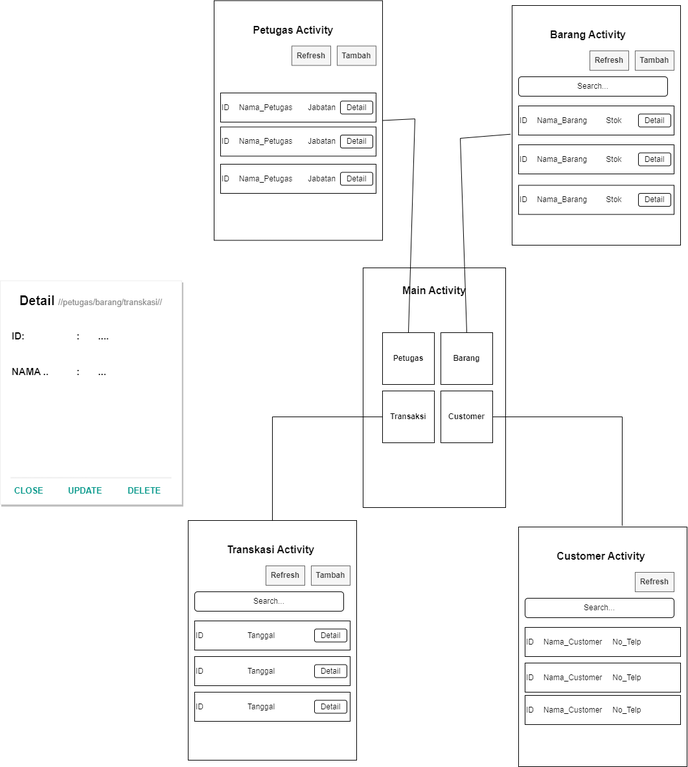
The draw.io diagram Designactivity.drawio.png in MountZ1/PR_PenjualanHandPhone_ArdiSaputraTIP-21.2, before a commit. Source tidied: cells renumbered, new cells last; positions are measured from the earlier drawing's top-left corner, leaving out a move shared by most shapes.
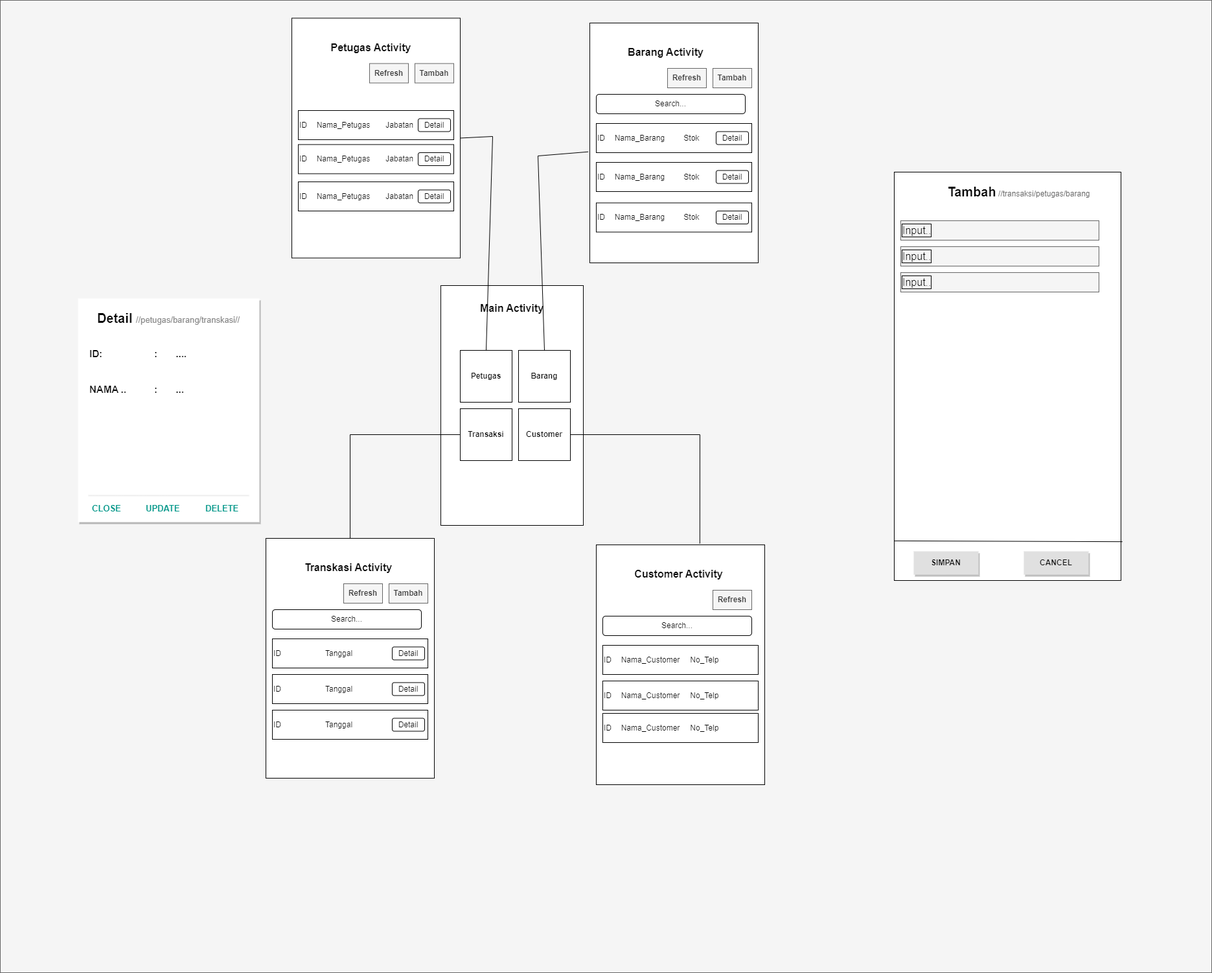
The same diagram one commit later.

Diff of the diagram source:
```diff
@@ -2,6 +2,12 @@
   <root>
     <mxCell id="0" />
     <mxCell id="1" parent="0" />
+    <mxCell id="69" style="rounded=0;whiteSpace=wrap;html=1;fillColor=#f5f5f5;fontColor=#333333;strokeColor=#666666;" parent="1" vertex="1">
+      <mxGeometry x="-120" y="-28" width="1870" height="1500" as="geometry" />
+    </mxCell>
+    <mxCell id="70" style="rounded=0;whiteSpace=wrap;html=1;" parent="1" vertex="1">
+      <mxGeometry x="1270" y="312" width="320" height="40" as="geometry" />
+    </mxCell>
     <mxCell id="2" style="rounded=0;whiteSpace=wrap;html=1;" parent="1" vertex="1">
       <mxGeometry x="940" y="77" width="60" height="30" as="geometry" />
     </mxCell>
@@ -188,7 +194,7 @@
     <mxCell id="59" value="Detail" style="rounded=1;whiteSpace=wrap;html=1;" parent="1" vertex="1">
       <mxGeometry x="485" y="1079.5" width="50" height="20" as="geometry" />
     </mxCell>
-    <mxCell id="60" style="dashed=0;shape=rect;fillColor=#ffffff;strokeColor=#eeeeee;shadow=1;fontStyle=1;fontSize=14;align=center;" parent="1" vertex="1">
+    <mxCell id="60" style="shape=rect;fillColor=default;strokeColor=none;shadow=1;fontStyle=1;fontSize=14;align=center;strokeWidth=4;gradientColor=none;fillStyle=solid;" parent="1" vertex="1">
       <mxGeometry y="432" width="280" height="345" as="geometry" />
     </mxCell>
     <mxCell id="61" value="Detail &lt;font color=&quot;#858585&quot; style=&quot;font-size: 13px; font-weight: normal;&quot;&gt;//petugas/barang/transkasi//&lt;/font&gt;" style="text;verticalAlign=middle;spacing=16;fontSize=20;fontStyle=1;whiteSpace=wrap;html=1;align=center;" parent="60" vertex="1">
@@ -231,5 +237,35 @@
         </Array>
       </mxGeometry>
     </mxCell>
+    <mxCell id="71" style="rounded=0;whiteSpace=wrap;html=1;" parent="1" vertex="1">
+      <mxGeometry x="1260" y="237" width="350" height="630" as="geometry" />
+    </mxCell>
+    <mxCell id="72" value="&lt;b&gt;&lt;font style=&quot;font-size: 20px;&quot;&gt;Tambah&lt;/font&gt;&lt;/b&gt; &lt;font color=&quot;#5e5e5e&quot;&gt;//transaksi/petugas/barang&lt;/font&gt;" style="text;html=1;strokeColor=none;fillColor=none;align=center;verticalAlign=middle;whiteSpace=wrap;rounded=0;" parent="1" vertex="1">
+      <mxGeometry x="1335" y="252" width="235" height="30" as="geometry" />
+    </mxCell>
+    <mxCell id="73" value="&lt;font color=&quot;#000000&quot;&gt;Input..&lt;/font&gt;" style="text;fontColor=#808080;fontSize=16;verticalAlign=middle;strokeColor=none;fillColor=none;whiteSpace=wrap;html=1;" parent="1" vertex="1">
+      <mxGeometry x="1270" y="352" width="306" height="30" as="geometry" />
+    </mxCell>
+    <mxCell id="74" value="&lt;font color=&quot;#000000&quot;&gt;Input..&lt;/font&gt;" style="text;fontColor=#808080;fontSize=16;verticalAlign=middle;strokeColor=none;fillColor=none;whiteSpace=wrap;html=1;" parent="1" vertex="1">
+      <mxGeometry x="1270" y="392" width="306" height="30" as="geometry" />
+    </mxCell>
+    <mxCell id="75" style="endArrow=none;html=1;rounded=0;exitX=-0.001;exitY=0.903;exitDx=0;exitDy=0;exitPerimeter=0;entryX=1.006;entryY=0.905;entryDx=0;entryDy=0;entryPerimeter=0;" parent="1" edge="1" source="71" target="71">
+      <mxGeometry relative="1" as="geometry" />
+    </mxCell>
+    <mxCell id="76" value="SIMPAN" style="whiteSpace=wrap;html=1;dashed=0;align=center;fontSize=12;shape=rect;fillColor=#e0e0e0;strokeColor=none;fontStyle=1;shadow=1;" parent="1" vertex="1">
+      <mxGeometry x="1290" y="822" width="100" height="36" as="geometry" />
+    </mxCell>
+    <mxCell id="77" value="CANCEL" style="whiteSpace=wrap;html=1;dashed=0;align=center;fontSize=12;shape=rect;fillColor=#e0e0e0;strokeColor=none;fontStyle=1;shadow=1;" parent="1" vertex="1">
+      <mxGeometry x="1460" y="822" width="100" height="36" as="geometry" />
+    </mxCell>
+    <mxCell id="78" value="&lt;font color=&quot;#000000&quot;&gt;Input..&lt;/font&gt;" style="text;fontSize=16;verticalAlign=middle;whiteSpace=wrap;html=1;labelBorderColor=default;fillColor=#f5f5f5;fontColor=#333333;strokeColor=#666666;" parent="1" vertex="1">
+      <mxGeometry x="1270" y="312" width="306" height="30" as="geometry" />
+    </mxCell>
+    <mxCell id="79" value="&lt;font color=&quot;#000000&quot;&gt;Input..&lt;/font&gt;" style="text;fontSize=16;verticalAlign=middle;whiteSpace=wrap;html=1;labelBorderColor=default;fillColor=#f5f5f5;fontColor=#333333;strokeColor=#666666;" parent="1" vertex="1">
+      <mxGeometry x="1270" y="352" width="306" height="30" as="geometry" />
+    </mxCell>
+    <mxCell id="80" value="&lt;font color=&quot;#000000&quot;&gt;Input..&lt;/font&gt;" style="text;fontSize=16;verticalAlign=middle;whiteSpace=wrap;html=1;labelBorderColor=default;fillColor=#f5f5f5;fontColor=#333333;strokeColor=#666666;" parent="1" vertex="1">
+      <mxGeometry x="1270" y="392" width="306" height="30" as="geometry" />
+    </mxCell>
   </root>
 </mxGraphModel>
```
